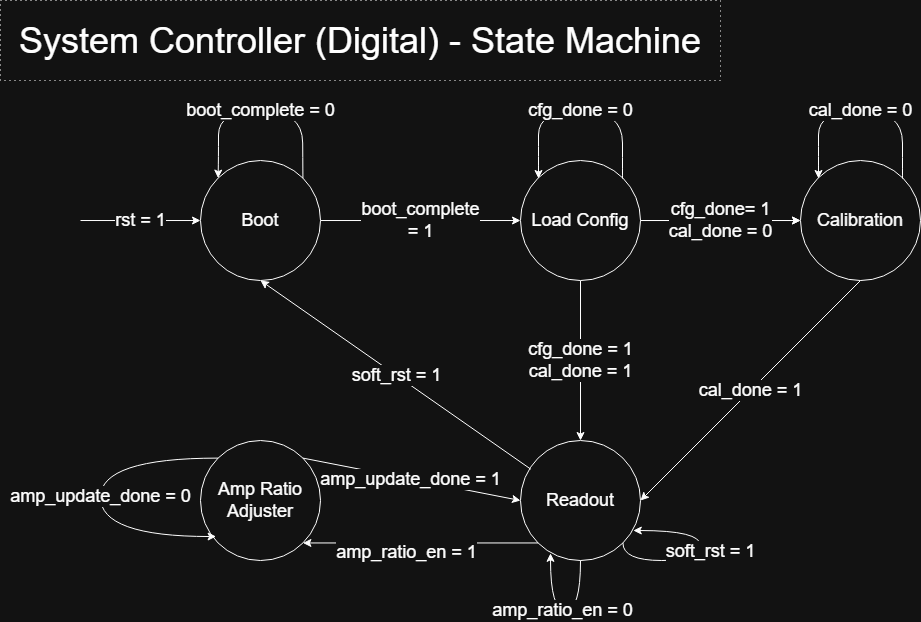
Above: Media/ChipArchitect/Optical Probe Station Dark State Machine.png in victoriatjhin/Probton (draw.io), before the change. Source tidied: cells renumbered, new cells last; positions are measured from the earlier drawing's top-left corner, leaving out a move shared by most shapes.
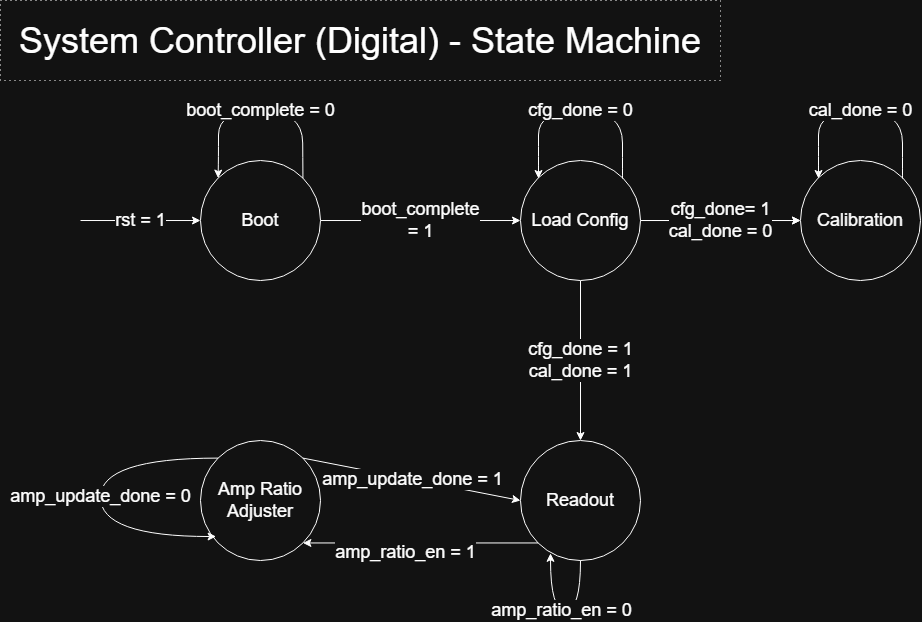
The same diagram one commit later.

The edit, as a diff of the source:
```diff
@@ -49,21 +49,6 @@
     <mxCell id="13" value="&lt;font style=&quot;font-size: 18px;&quot;&gt;Readout&lt;/font&gt;" style="ellipse;whiteSpace=wrap;html=1;" parent="1" vertex="1">
       <mxGeometry x="520" y="440" width="120" height="120" as="geometry" />
     </mxCell>
-    <mxCell id="14" value="&lt;font style=&quot;font-size: 18px;&quot;&gt;cal_done = 1&lt;/font&gt;" style="endArrow=classic;html=1;rounded=0;exitX=0.5;exitY=1;exitDx=0;exitDy=0;entryX=1;entryY=0.5;entryDx=0;entryDy=0;" parent="1" edge="1" source="12" target="13">
-      <mxGeometry relative="1" as="geometry" />
-    </mxCell>
-    <mxCell id="15" value="&lt;font style=&quot;font-size: 18px;&quot;&gt;soft_rst = 1&lt;/font&gt;" style="endArrow=classic;html=1;rounded=0;exitX=0.086;exitY=0.239;exitDx=0;exitDy=0;entryX=0.5;entryY=1;entryDx=0;entryDy=0;exitPerimeter=0;" parent="1" edge="1" source="13" target="5">
-      <mxGeometry relative="1" as="geometry" />
-    </mxCell>
-    <mxCell id="16" value="&lt;span style=&quot;font-size: 18px;&quot;&gt;soft_rst = 1&lt;/span&gt;" style="curved=1;endArrow=classic;html=1;rounded=0;edgeStyle=orthogonalEdgeStyle;innerLoopWaypoints=1;entryX=0.94;entryY=0.75;entryDx=0;entryDy=0;exitX=1;exitY=1;exitDx=0;exitDy=0;entryPerimeter=0;" parent="1" edge="1" source="13" target="13">
-      <mxGeometry x="0.09" y="-10" relative="1" as="geometry">
-        <Array as="points">
-          <mxPoint x="622" y="560" />
-          <mxPoint x="700" y="560" />
-          <mxPoint x="700" y="530" />
-        </Array>
-      </mxGeometry>
-    </mxCell>
     <mxCell id="17" value="&lt;font style=&quot;font-size: 18px;&quot;&gt;amp_ratio_en = 0&lt;/font&gt;" style="curved=1;endArrow=classic;html=1;rounded=0;exitX=0.5;exitY=1;exitDx=0;exitDy=0;entryX=0.25;entryY=0.94;entryDx=0;entryDy=0;entryPerimeter=0;edgeStyle=orthogonalEdgeStyle;innerLoopWaypoints=1;" parent="1" edge="1" source="13" target="13">
       <mxGeometry relative="1" as="geometry">
         <Array as="points">
```
